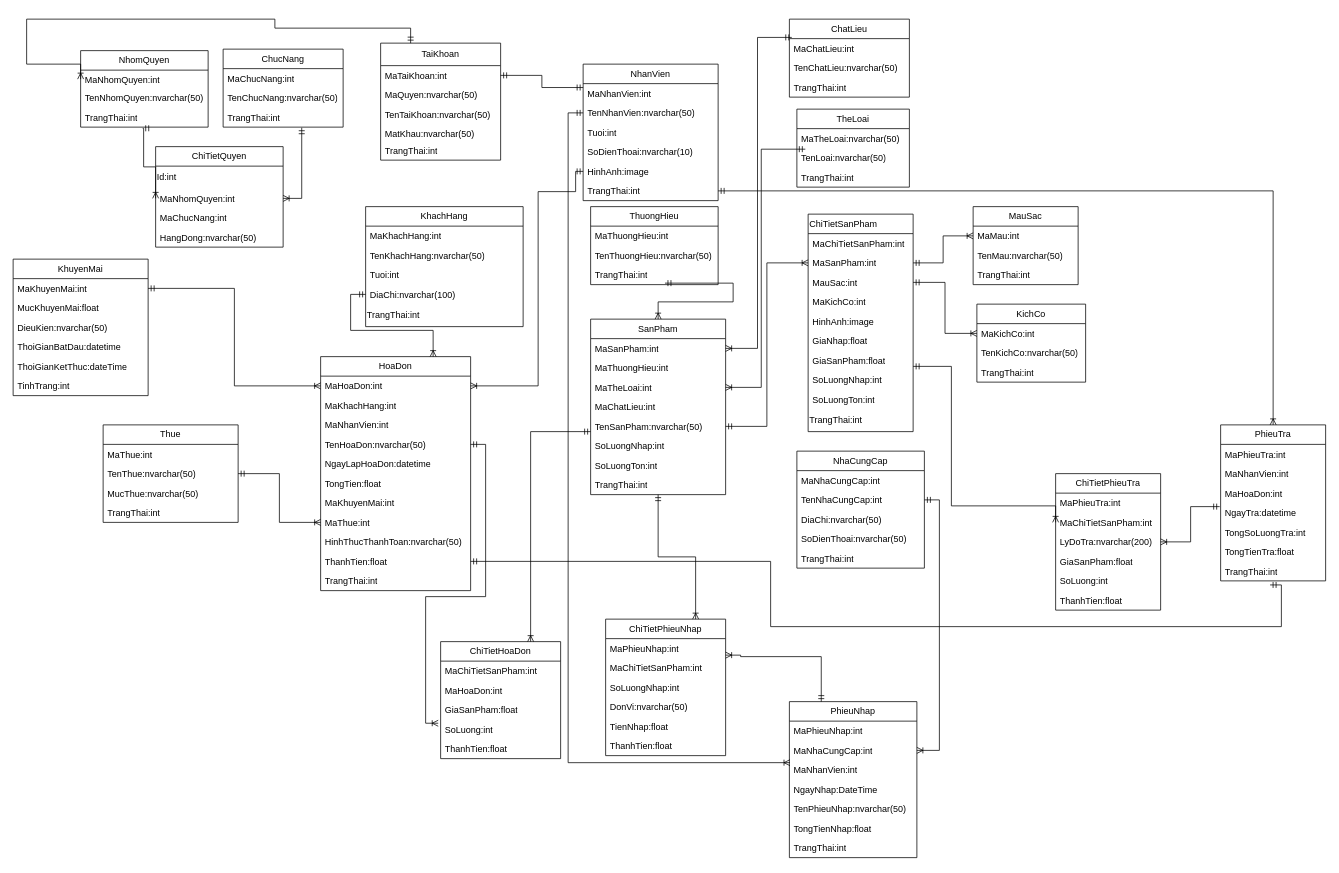
Before: Biểu đồ không có tiêu đề (1).drawio in maivantai2003/SportStoreManager, a draw.io diagram. Source tidied: cells renumbered, new cells numbered last; positions are measured from the earlier drawing's top-left corner, leaving out a move shared by most shapes. Both pictures are drawn from the tidied source at 75%, with x=0, y=0 at pixel (13, 19).
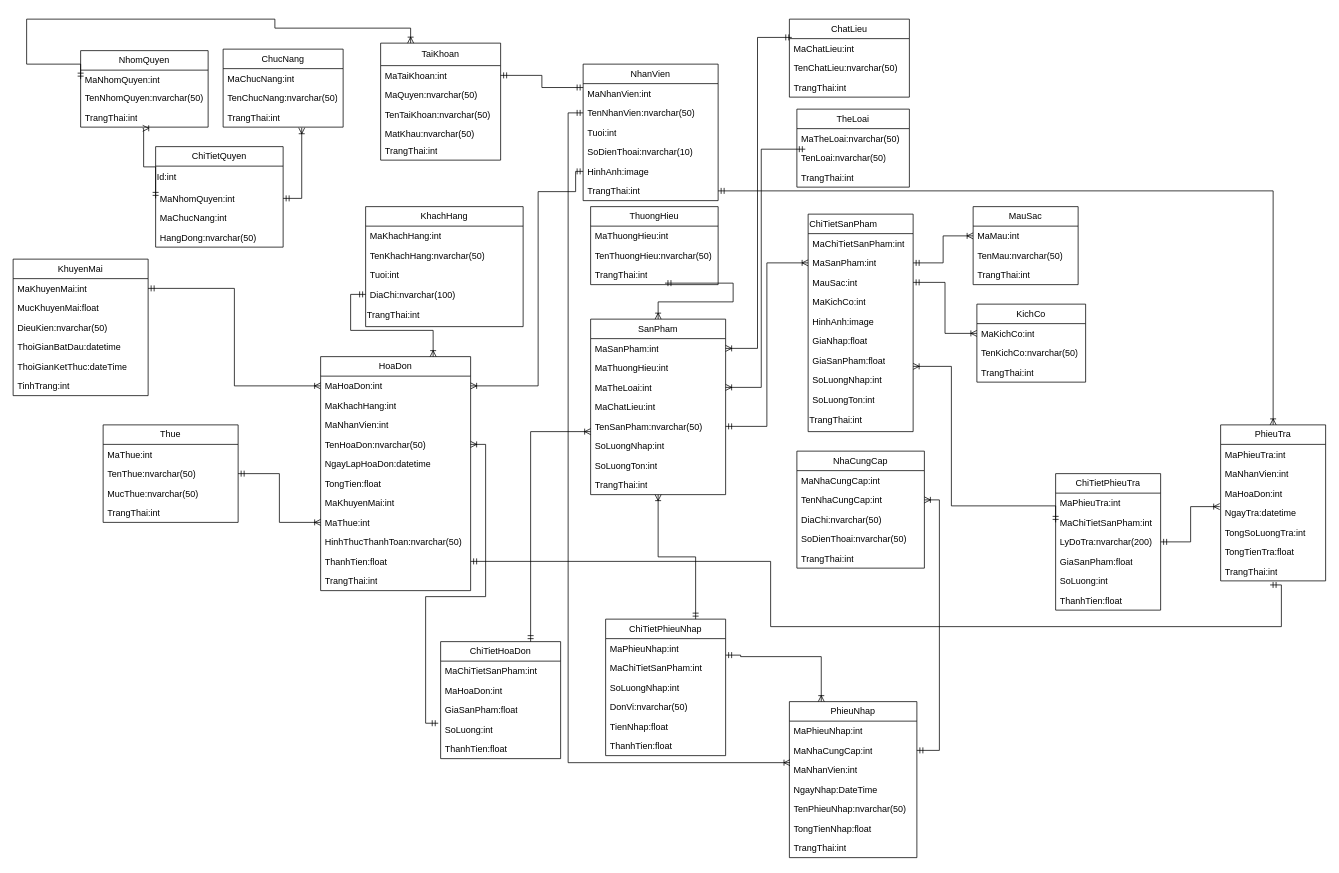
The same page after the edit.

Commit message (it also covers changes not shown here):
Cập nhật Biểu đồ không có tiêu đề (1).drawio

The change refers to these unchanged cells:
```xml
<mxCell id="3" value="MaNhomQuyen:int" style="text;strokeColor=none;fillColor=none;align=left;verticalAlign=top;spacingLeft=4;spacingRight=4;overflow=hidden;points=[[0,0.5],[1,0.5]];portConstraint=eastwest;whiteSpace=wrap;html=1;" parent="2" vertex="1">
  <mxGeometry y="26" width="170" height="24" as="geometry" />
</mxCell>
<mxCell id="5" value="TrangThai:int" style="text;strokeColor=none;fillColor=none;align=left;verticalAlign=top;spacingLeft=4;spacingRight=4;overflow=hidden;points=[[0,0.5],[1,0.5]];portConstraint=eastwest;whiteSpace=wrap;html=1;" parent="2" vertex="1">
  <mxGeometry y="76" width="170" height="26" as="geometry" />
</mxCell>
<mxCell id="9" value="TrangThai:int" style="text;strokeColor=none;fillColor=none;align=left;verticalAlign=top;spacingLeft=4;spacingRight=4;overflow=hidden;points=[[0,0.5],[1,0.5]];portConstraint=eastwest;whiteSpace=wrap;html=1;" parent="6" vertex="1">
  <mxGeometry y="78" width="160" height="26" as="geometry" />
</mxCell>
<mxCell id="12" value="MaNhomQuyen:int" style="text;strokeColor=none;fillColor=none;align=left;verticalAlign=top;spacingLeft=4;spacingRight=4;overflow=hidden;points=[[0,0.5],[1,0.5]];portConstraint=eastwest;whiteSpace=wrap;html=1;" parent="10" vertex="1">
  <mxGeometry y="56" width="170" height="26" as="geometry" />
</mxCell>
<mxCell id="17" value="TaiKhoan" style="swimlane;fontStyle=0;horizontal=1;startSize=30;fillColor=none;whiteSpace=wrap;html=1;" parent="1" vertex="1">
  <mxGeometry x="490" y="32" width="160" height="156" as="geometry" />
</mxCell>
<mxCell id="41" value="SanPham" style="swimlane;fontStyle=0;horizontal=1;startSize=26;fillColor=none;whiteSpace=wrap;html=1;" parent="1" vertex="1">
  <mxGeometry x="770" y="400" width="180" height="234" as="geometry" />
</mxCell>
<mxCell id="46" value="TenSanPham:nvarchar(50)" style="text;strokeColor=none;fillColor=none;align=left;verticalAlign=top;spacingLeft=4;spacingRight=4;overflow=hidden;points=[[0,0.5],[1,0.5]];portConstraint=eastwest;whiteSpace=wrap;html=1;" parent="41" vertex="1">
  <mxGeometry y="130" width="180" height="26" as="geometry" />
</mxCell>
<mxCell id="62" value="TenNhaCungCap:int" style="text;strokeColor=none;fillColor=none;align=left;verticalAlign=top;spacingLeft=4;spacingRight=4;overflow=hidden;points=[[0,0.5],[1,0.5]];portConstraint=eastwest;whiteSpace=wrap;html=1;" parent="60" vertex="1">
  <mxGeometry y="52" width="170" height="26" as="geometry" />
</mxCell>
<mxCell id="66" value="PhieuNhap" style="swimlane;fontStyle=0;horizontal=1;startSize=26;fillColor=none;whiteSpace=wrap;html=1;" parent="1" vertex="1">
  <mxGeometry x="1035" y="910" width="170" height="208" as="geometry" />
</mxCell>
<mxCell id="68" value="MaNhaCungCap:int" style="text;strokeColor=none;fillColor=none;align=left;verticalAlign=top;spacingLeft=4;spacingRight=4;overflow=hidden;points=[[0,0.5],[1,0.5]];portConstraint=eastwest;whiteSpace=wrap;html=1;" parent="66" vertex="1">
  <mxGeometry y="52" width="170" height="26" as="geometry" />
</mxCell>
<mxCell id="77" value="ChiTietPhieuNhap" style="swimlane;fontStyle=0;horizontal=1;startSize=26;fillColor=none;whiteSpace=wrap;html=1;" parent="1" vertex="1">
  <mxGeometry x="790" y="800" width="160" height="182" as="geometry" />
</mxCell>
<mxCell id="90" value="TenHoaDon:nvarchar(50)" style="text;strokeColor=none;fillColor=none;align=left;verticalAlign=top;spacingLeft=4;spacingRight=4;overflow=hidden;points=[[0,0.5],[1,0.5]];portConstraint=eastwest;whiteSpace=wrap;html=1;" parent="86" vertex="1">
  <mxGeometry y="104" width="200" height="26" as="geometry" />
</mxCell>
<mxCell id="107" value="ChiTietHoaDon" style="swimlane;fontStyle=0;horizontal=1;startSize=26;fillColor=none;whiteSpace=wrap;html=1;" parent="1" vertex="1">
  <mxGeometry x="570" y="830" width="160" height="156" as="geometry" />
</mxCell>
<mxCell id="111" value="SoLuong:int" style="text;strokeColor=none;fillColor=none;align=left;verticalAlign=top;spacingLeft=4;spacingRight=4;overflow=hidden;points=[[0,0.5],[1,0.5]];portConstraint=eastwest;whiteSpace=wrap;html=1;" parent="107" vertex="1">
  <mxGeometry y="104" width="160" height="26" as="geometry" />
</mxCell>
<mxCell id="148" value="NgayTra:datetime" style="text;strokeColor=none;fillColor=none;align=left;verticalAlign=top;spacingLeft=4;spacingRight=4;overflow=hidden;points=[[0,0.5],[1,0.5]];portConstraint=eastwest;whiteSpace=wrap;html=1;" parent="144" vertex="1">
  <mxGeometry y="104" width="140" height="26" as="geometry" />
</mxCell>
<mxCell id="154" value="MaChiTietSanPham:int" style="text;strokeColor=none;fillColor=none;align=left;verticalAlign=top;spacingLeft=4;spacingRight=4;overflow=hidden;points=[[0,0.5],[1,0.5]];portConstraint=eastwest;whiteSpace=wrap;html=1;" parent="152" vertex="1">
  <mxGeometry y="52" width="140" height="26" as="geometry" />
</mxCell>
<mxCell id="155" value="LyDoTra:nvarchar(200)" style="text;strokeColor=none;fillColor=none;align=left;verticalAlign=top;spacingLeft=4;spacingRight=4;overflow=hidden;points=[[0,0.5],[1,0.5]];portConstraint=eastwest;whiteSpace=wrap;html=1;" parent="152" vertex="1">
  <mxGeometry y="78" width="140" height="26" as="geometry" />
</mxCell>
```

What changed in the source:
```diff
@@
-    <mxCell id="15" style="edgeStyle=orthogonalEdgeStyle;rounded=0;jettySize=auto;html=1;exitX=0;exitY=0.5;exitDx=0;exitDy=0;startArrow=ERoneToMany;startFill=0;endArrow=ERmandOne;endFill=0;entryX=0.487;entryY=1.062;entryDx=0;entryDy=0;entryPerimeter=0;" parent="1" edge="1" source="12" target="5">
+    <mxCell id="15" style="edgeStyle=orthogonalEdgeStyle;rounded=0;jettySize=auto;html=1;exitX=0;exitY=0.5;exitDx=0;exitDy=0;startArrow=ERmandOne;startFill=0;endArrow=ERoneToMany;endFill=0;entryX=0.487;entryY=1.062;entryDx=0;entryDy=0;entryPerimeter=0;" parent="1" edge="1" source="12" target="5">
       <mxGeometry relative="1" as="geometry">
         <Array as="points">
           <mxPoint x="190" y="197" />
           <mxPoint x="174" y="197" />
           <mxPoint x="174" y="146" />
         </Array>
       </mxGeometry>
     </mxCell>
-    <mxCell id="16" style="edgeStyle=orthogonalEdgeStyle;rounded=0;jettySize=auto;html=1;exitX=1;exitY=0.5;exitDx=0;exitDy=0;endArrow=ERmandOne;endFill=0;startArrow=ERoneToMany;startFill=0;entryX=0.655;entryY=1.031;entryDx=0;entryDy=0;entryPerimeter=0;" parent="1" edge="1" source="12" target="9">
+    <mxCell id="16" style="edgeStyle=orthogonalEdgeStyle;rounded=0;jettySize=auto;html=1;exitX=1;exitY=0.5;exitDx=0;exitDy=0;endArrow=ERoneToMany;endFill=0;startArrow=ERmandOne;startFill=0;entryX=0.655;entryY=1.031;entryDx=0;entryDy=0;entryPerimeter=0;" parent="1" edge="1" source="12" target="9">
       <mxGeometry relative="1" as="geometry" />
     </mxCell>
@@
-    <mxCell id="23" style="edgeStyle=orthogonalEdgeStyle;rounded=0;jettySize=auto;html=1;exitX=0;exitY=0.5;exitDx=0;exitDy=0;entryX=0.25;entryY=0;entryDx=0;entryDy=0;endArrow=ERmandOne;endFill=0;startArrow=ERoneToMany;startFill=0;" parent="1" edge="1" source="3" target="17">
+    <mxCell id="23" style="edgeStyle=orthogonalEdgeStyle;rounded=0;jettySize=auto;html=1;exitX=0;exitY=0.5;exitDx=0;exitDy=0;entryX=0.25;entryY=0;entryDx=0;entryDy=0;endArrow=ERoneToMany;endFill=0;startArrow=ERmandOne;startFill=0;" parent="1" edge="1" source="3" target="17">
       <mxGeometry relative="1" as="geometry">
         <Array as="points">
           <mxPoint x="18" y="60" />
           <mxPoint x="18" />
           <mxPoint x="349" />
           <mxPoint x="349" y="12" />
           <mxPoint x="530" y="12" />
         </Array>
       </mxGeometry>
     </mxCell>
@@
-    <mxCell id="74" style="edgeStyle=orthogonalEdgeStyle;rounded=0;jettySize=auto;html=1;exitX=1;exitY=0.5;exitDx=0;exitDy=0;startArrow=ERmandOne;startFill=0;endArrow=ERoneToMany;endFill=0;" parent="1" edge="1" source="62" target="68">
+    <mxCell id="74" style="edgeStyle=orthogonalEdgeStyle;rounded=0;jettySize=auto;html=1;exitX=1;exitY=0.5;exitDx=0;exitDy=0;startArrow=ERoneToMany;startFill=0;endArrow=ERmandOne;endFill=0;" parent="1" edge="1" source="62" target="68">
       <mxGeometry relative="1" as="geometry" />
     </mxCell>
@@
-    <mxCell id="76" style="edgeStyle=orthogonalEdgeStyle;rounded=0;jettySize=auto;html=1;exitX=0.75;exitY=0;exitDx=0;exitDy=0;entryX=0.5;entryY=1;entryDx=0;entryDy=0;startArrow=ERoneToMany;startFill=0;endArrow=ERmandOne;endFill=0;" parent="1" edge="1" source="77" target="41">
+    <mxCell id="76" style="edgeStyle=orthogonalEdgeStyle;rounded=0;jettySize=auto;html=1;exitX=0.75;exitY=0;exitDx=0;exitDy=0;entryX=0.5;entryY=1;entryDx=0;entryDy=0;startArrow=ERmandOne;startFill=0;endArrow=ERoneToMany;endFill=0;" parent="1" edge="1" source="77" target="41">
       <mxGeometry relative="1" as="geometry" />
     </mxCell>
@@
-    <mxCell id="84" style="edgeStyle=orthogonalEdgeStyle;rounded=0;jettySize=auto;html=1;startArrow=ERmandOne;startFill=0;endArrow=ERoneToMany;endFill=0;exitX=0.25;exitY=0;exitDx=0;exitDy=0;" parent="1" edge="1" source="66">
+    <mxCell id="84" style="edgeStyle=orthogonalEdgeStyle;rounded=0;jettySize=auto;html=1;startArrow=ERoneToMany;startFill=0;endArrow=ERmandOne;endFill=0;exitX=0.25;exitY=0;exitDx=0;exitDy=0;" parent="1" edge="1" source="66">
       <mxGeometry relative="1" as="geometry">
         <mxPoint x="950" y="848" as="targetPoint" />
         <Array as="points">
           <mxPoint x="1078" y="850" />
           <mxPoint x="970" y="850" />
           <mxPoint x="970" y="848" />
         </Array>
       </mxGeometry>
     </mxCell>
@@
-    <mxCell id="106" style="edgeStyle=orthogonalEdgeStyle;rounded=0;jettySize=auto;html=1;exitX=0.75;exitY=0;exitDx=0;exitDy=0;entryX=0;entryY=0.769;entryDx=0;entryDy=0;entryPerimeter=0;startArrow=ERoneToMany;startFill=0;endArrow=ERmandOne;endFill=0;" parent="1" edge="1" source="107" target="46">
+    <mxCell id="106" style="edgeStyle=orthogonalEdgeStyle;rounded=0;jettySize=auto;html=1;exitX=0.75;exitY=0;exitDx=0;exitDy=0;entryX=0;entryY=0.769;entryDx=0;entryDy=0;entryPerimeter=0;startArrow=ERmandOne;startFill=0;endArrow=ERoneToMany;endFill=0;" parent="1" edge="1" source="107" target="46">
       <mxGeometry relative="1" as="geometry" />
     </mxCell>
@@
-    <mxCell id="113" style="edgeStyle=orthogonalEdgeStyle;rounded=0;jettySize=auto;html=1;exitX=1;exitY=0.5;exitDx=0;exitDy=0;entryX=-0.02;entryY=0.185;entryDx=0;entryDy=0;entryPerimeter=0;endArrow=ERoneToMany;endFill=0;startArrow=ERmandOne;startFill=0;" parent="1" edge="1" source="90" target="111">
+    <mxCell id="113" style="edgeStyle=orthogonalEdgeStyle;rounded=0;jettySize=auto;html=1;exitX=1;exitY=0.5;exitDx=0;exitDy=0;entryX=-0.02;entryY=0.185;entryDx=0;entryDy=0;entryPerimeter=0;endArrow=ERmandOne;endFill=0;startArrow=ERoneToMany;startFill=0;" parent="1" edge="1" source="90" target="111">
       <mxGeometry relative="1" as="geometry">
         <Array as="points">
           <mxPoint x="630" y="567" />
           <mxPoint x="630" y="770" />
           <mxPoint x="550" y="770" />
           <mxPoint x="550" y="939" />
         </Array>
       </mxGeometry>
     </mxCell>
@@
-    <mxCell id="159" style="edgeStyle=orthogonalEdgeStyle;rounded=0;jettySize=auto;html=1;exitX=1;exitY=0.5;exitDx=0;exitDy=0;entryX=0;entryY=0.5;entryDx=0;entryDy=0;startArrow=ERmandOne;startFill=0;endArrow=ERoneToMany;endFill=0;" parent="1" edge="1" target="154">
+    <mxCell id="159" style="edgeStyle=orthogonalEdgeStyle;rounded=0;jettySize=auto;html=1;exitX=1;exitY=0.5;exitDx=0;exitDy=0;entryX=0;entryY=0.5;entryDx=0;entryDy=0;startArrow=ERoneToMany;startFill=0;endArrow=ERmandOne;endFill=0;" parent="1" edge="1" target="154">
       <mxGeometry relative="1" as="geometry">
         <mxPoint x="1200" y="463" as="sourcePoint" />
         <Array as="points">
           <mxPoint x="1251" y="463" />
           <mxPoint x="1251" y="649" />
           <mxPoint x="1390" y="649" />
         </Array>
       </mxGeometry>
     </mxCell>
-    <mxCell id="160" style="edgeStyle=orthogonalEdgeStyle;rounded=0;jettySize=auto;html=1;exitX=1;exitY=0.5;exitDx=0;exitDy=0;entryX=-0.009;entryY=0.192;entryDx=0;entryDy=0;entryPerimeter=0;startArrow=ERoneToMany;startFill=0;endArrow=ERmandOne;endFill=0;" parent="1" edge="1" source="155" target="148">
+    <mxCell id="160" style="edgeStyle=orthogonalEdgeStyle;rounded=0;jettySize=auto;html=1;exitX=1;exitY=0.5;exitDx=0;exitDy=0;entryX=-0.009;entryY=0.192;entryDx=0;entryDy=0;entryPerimeter=0;startArrow=ERmandOne;startFill=0;endArrow=ERoneToMany;endFill=0;" parent="1" edge="1" source="155" target="148">
       <mxGeometry relative="1" as="geometry" />
     </mxCell>
```
